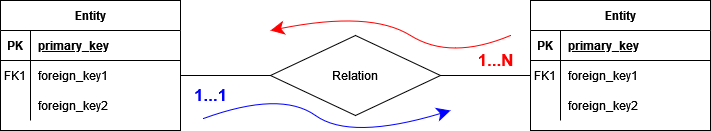
Above: GraphDB/Images/legendaER.png in neekoo0/SMBUDproject22-23 (draw.io), before the change. Source tidied: cells renumbered, new cells last; positions are measured from the earlier drawing's top-left corner, leaving out a move shared by most shapes. Source of this version:
```xml
<mxGraphModel>
  <root>
    <mxCell id="0" />
    <mxCell id="1" parent="0" />
    <mxCell id="2" value="Entity" style="shape=table;startSize=30;rowLines=0;fontStyle=1;align=center;" parent="1" vertex="1">
      <mxGeometry width="180" height="130" as="geometry" />
    </mxCell>
    <mxCell id="3" style="shape=partialRectangle;fillColor=none;points=[[0,0.5],[1,0.5]];portConstraint=eastwest;top=0;left=0;right=0;bottom=1;" parent="2" vertex="1">
      <mxGeometry y="30" width="180" height="30" as="geometry" />
    </mxCell>
    <mxCell id="4" value="PK" style="shape=partialRectangle;overflow=hidden;fillColor=none;top=0;left=0;bottom=0;right=0;fontStyle=1;" parent="3" vertex="1">
      <mxGeometry width="30" height="30" as="geometry" />
    </mxCell>
    <mxCell id="5" value="primary_key" style="shape=partialRectangle;overflow=hidden;fillColor=none;top=0;left=0;bottom=0;right=0;align=left;spacingLeft=6;fontStyle=5;" parent="3" vertex="1">
      <mxGeometry x="30" width="150" height="30" as="geometry" />
    </mxCell>
    <mxCell id="6" style="shape=partialRectangle;fillColor=none;points=[[0,0.5],[1,0.5]];portConstraint=eastwest;top=0;left=0;right=0;bottom=0;" parent="2" vertex="1">
      <mxGeometry y="60" width="180" height="30" as="geometry" />
    </mxCell>
    <mxCell id="7" value="FK1" style="shape=partialRectangle;overflow=hidden;fillColor=none;top=0;left=0;bottom=0;right=0;" parent="6" vertex="1">
      <mxGeometry width="30" height="30" as="geometry" />
    </mxCell>
    <mxCell id="8" value="foreign_key1" style="shape=partialRectangle;overflow=hidden;fillColor=none;top=0;left=0;bottom=0;right=0;align=left;spacingLeft=6;" parent="6" vertex="1">
      <mxGeometry x="30" width="150" height="30" as="geometry" />
    </mxCell>
    <mxCell id="9" style="shape=partialRectangle;fillColor=none;top=0;left=0;right=0;bottom=0;" parent="2" vertex="1">
      <mxGeometry y="90" width="180" height="30" as="geometry" />
    </mxCell>
    <mxCell id="10" style="shape=partialRectangle;overflow=hidden;fillColor=none;top=0;left=0;bottom=0;right=0;" parent="9" vertex="1">
      <mxGeometry width="30" height="30" as="geometry" />
    </mxCell>
    <mxCell id="11" value="foreign_key2" style="shape=partialRectangle;overflow=hidden;fillColor=none;top=0;left=0;bottom=0;right=0;align=left;spacingLeft=6;" parent="9" vertex="1">
      <mxGeometry x="30" width="150" height="30" as="geometry" />
    </mxCell>
    <mxCell id="12" value="Entity" style="shape=table;startSize=30;rowLines=0;fontStyle=1;align=center;" parent="1" vertex="1">
      <mxGeometry x="530" width="180" height="130" as="geometry" />
    </mxCell>
    <mxCell id="13" style="shape=partialRectangle;fillColor=none;top=0;left=0;right=0;bottom=1;" parent="12" vertex="1">
      <mxGeometry y="30" width="180" height="30" as="geometry" />
    </mxCell>
    <mxCell id="14" value="PK" style="shape=partialRectangle;overflow=hidden;fillColor=none;top=0;left=0;bottom=0;right=0;fontStyle=1;" parent="13" vertex="1">
      <mxGeometry width="30" height="30" as="geometry" />
    </mxCell>
    <mxCell id="15" value="primary_key" style="shape=partialRectangle;overflow=hidden;fillColor=none;top=0;left=0;bottom=0;right=0;align=left;spacingLeft=6;fontStyle=5;" parent="13" vertex="1">
      <mxGeometry x="30" width="150" height="30" as="geometry" />
    </mxCell>
    <mxCell id="16" style="shape=partialRectangle;fillColor=none;points=[[0,0.5],[1,0.5]];portConstraint=eastwest;top=0;left=0;right=0;bottom=0;" parent="12" vertex="1">
      <mxGeometry y="60" width="180" height="30" as="geometry" />
    </mxCell>
    <mxCell id="17" value="FK1" style="shape=partialRectangle;overflow=hidden;fillColor=none;top=0;left=0;bottom=0;right=0;" parent="16" vertex="1">
      <mxGeometry width="30" height="30" as="geometry" />
    </mxCell>
    <mxCell id="18" value="foreign_key1" style="shape=partialRectangle;overflow=hidden;fillColor=none;top=0;left=0;bottom=0;right=0;align=left;spacingLeft=6;" parent="16" vertex="1">
      <mxGeometry x="30" width="150" height="30" as="geometry" />
    </mxCell>
    <mxCell id="19" style="shape=partialRectangle;fillColor=none;top=0;left=0;right=0;bottom=0;" parent="12" vertex="1">
      <mxGeometry y="90" width="180" height="30" as="geometry" />
    </mxCell>
    <mxCell id="20" style="shape=partialRectangle;overflow=hidden;fillColor=none;top=0;left=0;bottom=0;right=0;" parent="19" vertex="1">
      <mxGeometry width="30" height="30" as="geometry" />
    </mxCell>
    <mxCell id="21" value="foreign_key2" style="shape=partialRectangle;overflow=hidden;fillColor=none;top=0;left=0;bottom=0;right=0;align=left;spacingLeft=6;" parent="19" vertex="1">
      <mxGeometry x="30" width="150" height="30" as="geometry" />
    </mxCell>
    <mxCell id="22" style="rounded=0;jettySize=auto;html=1;exitX=0;exitY=0.5;exitDx=0;exitDy=0;entryX=1;entryY=0.5;entryDx=0;entryDy=0;endArrow=none;endFill=0;" parent="1" edge="1" source="23" target="6">
      <mxGeometry relative="1" as="geometry" />
    </mxCell>
    <mxCell id="23" value="Relation" style="rhombus;whiteSpace=wrap;html=1;" parent="1" vertex="1">
      <mxGeometry x="270" y="35" width="170" height="80" as="geometry" />
    </mxCell>
    <mxCell id="24" style="rounded=0;jettySize=auto;html=1;exitX=0;exitY=0.5;exitDx=0;exitDy=0;entryX=1;entryY=0.5;entryDx=0;entryDy=0;endArrow=none;endFill=0;" parent="1" edge="1" source="16" target="23">
      <mxGeometry relative="1" as="geometry" />
    </mxCell>
    <mxCell id="25" style="curved=1;endArrow=classic;html=1;rounded=0;strokeColor=#FF0000;endSize=11;startSize=11;" parent="1" edge="1">
      <mxGeometry relative="1" as="geometry">
        <mxPoint x="510" y="35" as="sourcePoint" />
        <mxPoint x="270" y="30" as="targetPoint" />
        <Array as="points">
          <mxPoint x="450" y="60" />
          <mxPoint x="370" y="10" />
        </Array>
      </mxGeometry>
    </mxCell>
    <mxCell id="26" value="&lt;b&gt;&lt;font style=&quot;font-size: 17px;&quot; color=&quot;#FF0000&quot;&gt;1...N&lt;/font&gt;&lt;/b&gt;" style="text;html=1;align=center;verticalAlign=middle;strokeColor=none;fillColor=none;" parent="1" vertex="1">
      <mxGeometry x="465" y="45" width="60" height="30" as="geometry" />
    </mxCell>
    <mxCell id="27" style="curved=1;endArrow=classic;html=1;rounded=0;strokeColor=#0000FF;endSize=11;startSize=11;startArrow=none;exitX=0.383;exitY=1.267;exitDx=0;exitDy=0;exitPerimeter=0;" parent="1" edge="1" source="28">
      <mxGeometry relative="1" as="geometry">
        <mxPoint x="450" y="110" as="targetPoint" />
        <Array as="points">
          <mxPoint x="280" y="90" />
          <mxPoint x="350" y="140" />
        </Array>
      </mxGeometry>
    </mxCell>
    <mxCell id="28" value="&lt;b&gt;&lt;font color=&quot;#0000FF&quot;&gt;1...1&lt;/font&gt;&lt;/b&gt;" style="text;html=1;align=center;verticalAlign=middle;points=[];strokeColor=none;fillColor=none;fontSize=17;fontColor=#FF0000;" parent="1" vertex="1">
      <mxGeometry x="180" y="80" width="60" height="30" as="geometry" />
    </mxCell>
    <mxCell id="29" style="curved=1;endArrow=none;html=1;rounded=0;strokeColor=#FF0000;endSize=11;startSize=11;" parent="1" edge="1" target="28">
      <mxGeometry relative="1" as="geometry">
        <mxPoint x="200" y="110" as="sourcePoint" />
      </mxGeometry>
    </mxCell>
  </root>
</mxGraphModel>
```
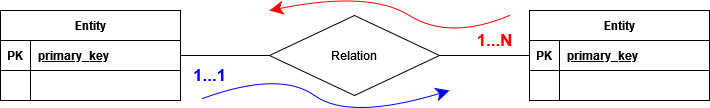
After the commit.

Commit message:
neo corrections

The edit, as a diff of the source:
```diff
@@ -3,7 +3,7 @@
     <mxCell id="0" />
     <mxCell id="1" parent="0" />
     <mxCell id="2" value="Entity" style="shape=table;startSize=30;rowLines=0;fontStyle=1;align=center;" parent="1" vertex="1">
-      <mxGeometry width="180" height="130" as="geometry" />
+      <mxGeometry x="1" y="30" width="180" height="90" as="geometry" />
     </mxCell>
     <mxCell id="3" style="shape=partialRectangle;fillColor=none;points=[[0,0.5],[1,0.5]];portConstraint=eastwest;top=0;left=0;right=0;bottom=1;" parent="2" vertex="1">
       <mxGeometry y="30" width="180" height="30" as="geometry" />
@@ -17,59 +17,22 @@
     <mxCell id="6" style="shape=partialRectangle;fillColor=none;points=[[0,0.5],[1,0.5]];portConstraint=eastwest;top=0;left=0;right=0;bottom=0;" parent="2" vertex="1">
       <mxGeometry y="60" width="180" height="30" as="geometry" />
     </mxCell>
-    <mxCell id="7" value="FK1" style="shape=partialRectangle;overflow=hidden;fillColor=none;top=0;left=0;bottom=0;right=0;" parent="6" vertex="1">
+    <mxCell id="7" style="shape=partialRectangle;overflow=hidden;fillColor=none;top=0;left=0;bottom=0;right=0;" parent="6" vertex="1">
       <mxGeometry width="30" height="30" as="geometry" />
     </mxCell>
-    <mxCell id="8" value="foreign_key1" style="shape=partialRectangle;overflow=hidden;fillColor=none;top=0;left=0;bottom=0;right=0;align=left;spacingLeft=6;" parent="6" vertex="1">
+    <mxCell id="8" style="shape=partialRectangle;overflow=hidden;fillColor=none;top=0;left=0;bottom=0;right=0;align=left;spacingLeft=6;" parent="6" vertex="1">
       <mxGeometry x="30" width="150" height="30" as="geometry" />
     </mxCell>
-    <mxCell id="9" style="shape=partialRectangle;fillColor=none;top=0;left=0;right=0;bottom=0;" parent="2" vertex="1">
-      <mxGeometry y="90" width="180" height="30" as="geometry" />
-    </mxCell>
-    <mxCell id="10" style="shape=partialRectangle;overflow=hidden;fillColor=none;top=0;left=0;bottom=0;right=0;" parent="9" vertex="1">
-      <mxGeometry width="30" height="30" as="geometry" />
-    </mxCell>
-    <mxCell id="11" value="foreign_key2" style="shape=partialRectangle;overflow=hidden;fillColor=none;top=0;left=0;bottom=0;right=0;align=left;spacingLeft=6;" parent="9" vertex="1">
-      <mxGeometry x="30" width="150" height="30" as="geometry" />
-    </mxCell>
-    <mxCell id="12" value="Entity" style="shape=table;startSize=30;rowLines=0;fontStyle=1;align=center;" parent="1" vertex="1">
-      <mxGeometry x="530" width="180" height="130" as="geometry" />
-    </mxCell>
-    <mxCell id="13" style="shape=partialRectangle;fillColor=none;top=0;left=0;right=0;bottom=1;" parent="12" vertex="1">
-      <mxGeometry y="30" width="180" height="30" as="geometry" />
-    </mxCell>
-    <mxCell id="14" value="PK" style="shape=partialRectangle;overflow=hidden;fillColor=none;top=0;left=0;bottom=0;right=0;fontStyle=1;" parent="13" vertex="1">
-      <mxGeometry width="30" height="30" as="geometry" />
-    </mxCell>
-    <mxCell id="15" value="primary_key" style="shape=partialRectangle;overflow=hidden;fillColor=none;top=0;left=0;bottom=0;right=0;align=left;spacingLeft=6;fontStyle=5;" parent="13" vertex="1">
-      <mxGeometry x="30" width="150" height="30" as="geometry" />
-    </mxCell>
-    <mxCell id="16" style="shape=partialRectangle;fillColor=none;points=[[0,0.5],[1,0.5]];portConstraint=eastwest;top=0;left=0;right=0;bottom=0;" parent="12" vertex="1">
-      <mxGeometry y="60" width="180" height="30" as="geometry" />
-    </mxCell>
-    <mxCell id="17" value="FK1" style="shape=partialRectangle;overflow=hidden;fillColor=none;top=0;left=0;bottom=0;right=0;" parent="16" vertex="1">
-      <mxGeometry width="30" height="30" as="geometry" />
-    </mxCell>
-    <mxCell id="18" value="foreign_key1" style="shape=partialRectangle;overflow=hidden;fillColor=none;top=0;left=0;bottom=0;right=0;align=left;spacingLeft=6;" parent="16" vertex="1">
-      <mxGeometry x="30" width="150" height="30" as="geometry" />
-    </mxCell>
-    <mxCell id="19" style="shape=partialRectangle;fillColor=none;top=0;left=0;right=0;bottom=0;" parent="12" vertex="1">
-      <mxGeometry y="90" width="180" height="30" as="geometry" />
-    </mxCell>
-    <mxCell id="20" style="shape=partialRectangle;overflow=hidden;fillColor=none;top=0;left=0;bottom=0;right=0;" parent="19" vertex="1">
-      <mxGeometry width="30" height="30" as="geometry" />
-    </mxCell>
-    <mxCell id="21" value="foreign_key2" style="shape=partialRectangle;overflow=hidden;fillColor=none;top=0;left=0;bottom=0;right=0;align=left;spacingLeft=6;" parent="19" vertex="1">
-      <mxGeometry x="30" width="150" height="30" as="geometry" />
-    </mxCell>
-    <mxCell id="22" style="rounded=0;jettySize=auto;html=1;exitX=0;exitY=0.5;exitDx=0;exitDy=0;entryX=1;entryY=0.5;entryDx=0;entryDy=0;endArrow=none;endFill=0;" parent="1" edge="1" source="23" target="6">
+    <mxCell id="22" style="rounded=0;jettySize=auto;html=1;exitX=0;exitY=0.5;exitDx=0;exitDy=0;entryX=1;entryY=0.5;entryDx=0;entryDy=0;endArrow=none;endFill=0;" parent="1" edge="1" source="23" target="3">
       <mxGeometry relative="1" as="geometry" />
     </mxCell>
     <mxCell id="23" value="Relation" style="rhombus;whiteSpace=wrap;html=1;" parent="1" vertex="1">
       <mxGeometry x="270" y="35" width="170" height="80" as="geometry" />
     </mxCell>
-    <mxCell id="24" style="rounded=0;jettySize=auto;html=1;exitX=0;exitY=0.5;exitDx=0;exitDy=0;entryX=1;entryY=0.5;entryDx=0;entryDy=0;endArrow=none;endFill=0;" parent="1" edge="1" source="16" target="23">
-      <mxGeometry relative="1" as="geometry" />
+    <mxCell id="24" style="rounded=0;jettySize=auto;html=1;exitX=0;exitY=0.5;exitDx=0;exitDy=0;entryX=1;entryY=0.5;entryDx=0;entryDy=0;endArrow=none;endFill=0;" parent="1" edge="1" target="23">
+      <mxGeometry relative="1" as="geometry">
+        <mxPoint x="530" y="75" as="sourcePoint" />
+      </mxGeometry>
     </mxCell>
     <mxCell id="25" style="curved=1;endArrow=classic;html=1;rounded=0;strokeColor=#FF0000;endSize=11;startSize=11;" parent="1" edge="1">
       <mxGeometry relative="1" as="geometry">
@@ -101,5 +64,26 @@
         <mxPoint x="200" y="110" as="sourcePoint" />
       </mxGeometry>
     </mxCell>
+    <mxCell id="12" value="Entity" style="shape=table;startSize=30;rowLines=0;fontStyle=1;align=center;" parent="1" vertex="1">
+      <mxGeometry x="530" y="30" width="180" height="90" as="geometry" />
+    </mxCell>
+    <mxCell id="13" style="shape=partialRectangle;fillColor=none;top=0;left=0;right=0;bottom=1;" parent="12" vertex="1">
+      <mxGeometry y="30" width="180" height="30" as="geometry" />
+    </mxCell>
+    <mxCell id="14" value="PK" style="shape=partialRectangle;overflow=hidden;fillColor=none;top=0;left=0;bottom=0;right=0;fontStyle=1;" parent="13" vertex="1">
+      <mxGeometry width="30" height="30" as="geometry" />
+    </mxCell>
+    <mxCell id="15" value="primary_key" style="shape=partialRectangle;overflow=hidden;fillColor=none;top=0;left=0;bottom=0;right=0;align=left;spacingLeft=6;fontStyle=5;" parent="13" vertex="1">
+      <mxGeometry x="30" width="150" height="30" as="geometry" />
+    </mxCell>
+    <mxCell id="16" style="shape=partialRectangle;fillColor=none;points=[[0,0.5],[1,0.5]];portConstraint=eastwest;top=0;left=0;right=0;bottom=0;" parent="12" vertex="1">
+      <mxGeometry y="60" width="180" height="30" as="geometry" />
+    </mxCell>
+    <mxCell id="30" style="shape=partialRectangle;overflow=hidden;fillColor=none;top=0;left=0;bottom=0;right=0;" parent="16" vertex="1">
+      <mxGeometry width="30" height="30" as="geometry" />
+    </mxCell>
+    <mxCell id="31" style="shape=partialRectangle;overflow=hidden;fillColor=none;top=0;left=0;bottom=0;right=0;align=left;spacingLeft=6;" parent="16" vertex="1">
+      <mxGeometry x="30" width="150" height="30" as="geometry" />
+    </mxCell>
   </root>
 </mxGraphModel>
```
